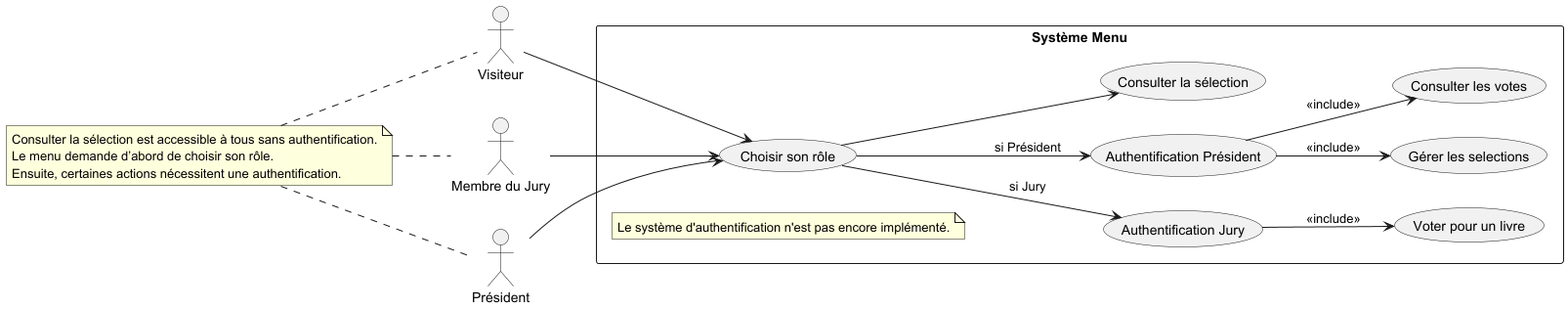
The PlantUML diagram doc/uml/1-use_case/goncourt-use_case.png in john7440/Evaluation-Metier-Python, before a commit.
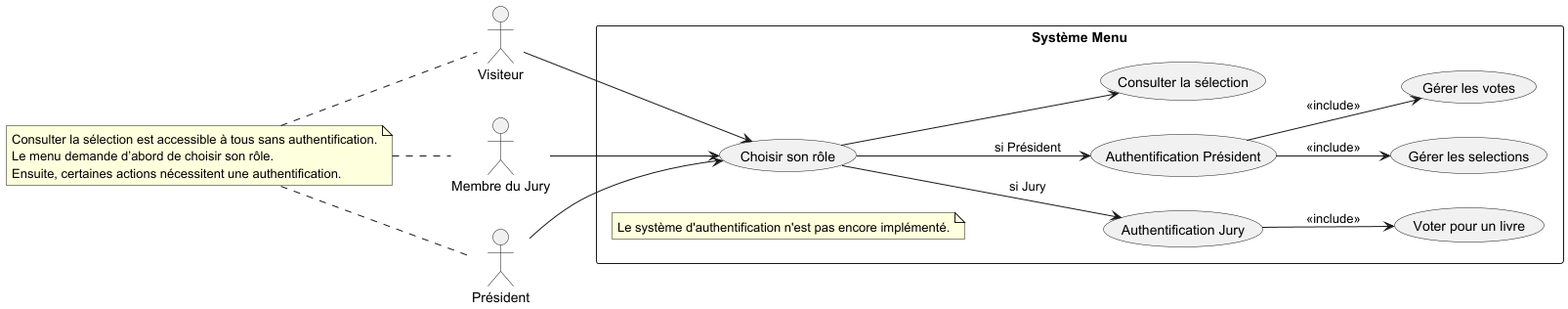
After the commit.

Commit message:
modification de voir les votes a gérer les votes pour mieux refléter les options

The edit, as a diff of the source:
```diff
@@ -17,7 +17,7 @@
   usecase "Consulter la sélection" as UC_consult
   usecase "Voter pour un livre" as UC_vote
   usecase "Gérer les selections" as UC_sel
-  usecase "Consulter les votes" as UC_show_votes
+  usecase "Gérer les votes" as UC_show_votes
 }
 
 user --> UC_role
```
